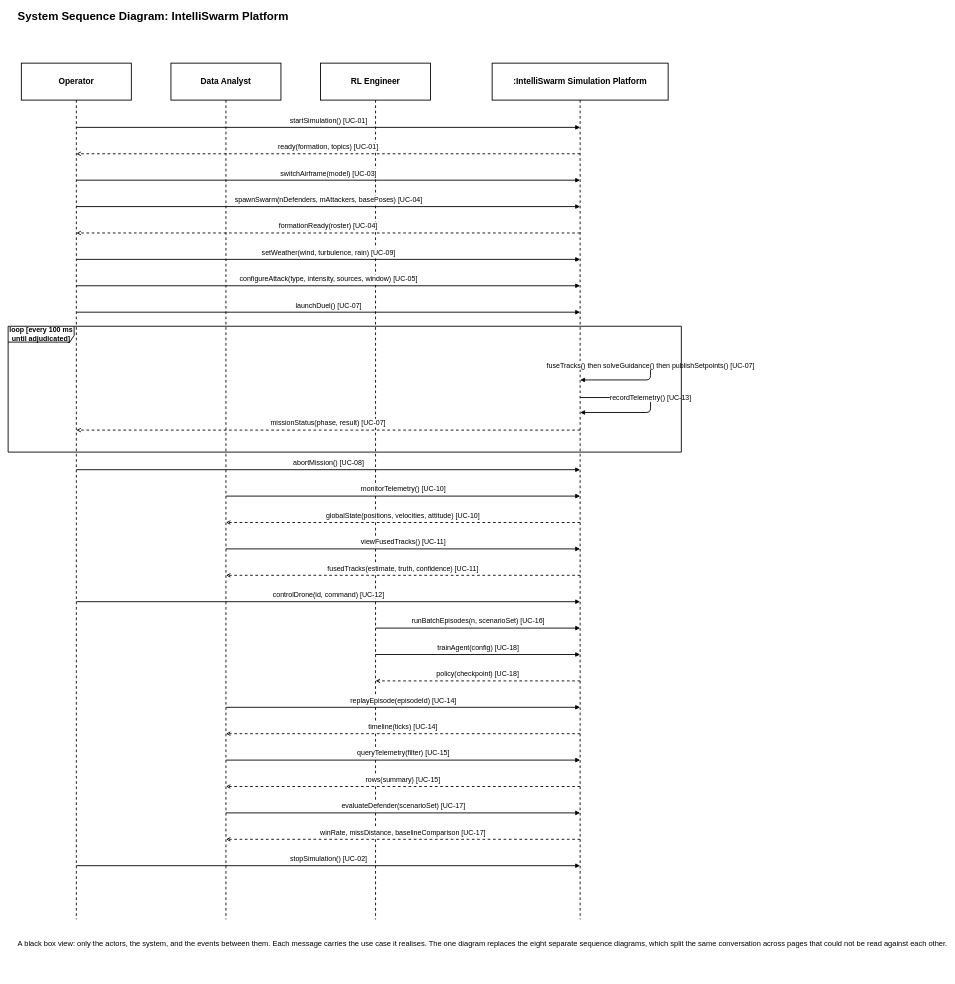
Above: page "System Sequence Diagram" (1 of 4) of 11_system_sequence_diagram.drawio in syedmohammad611/diagrams (draw.io), before the change. Source tidied: cells renumbered, new cells numbered last; positions are measured from the earlier drawing's top-left corner, leaving out a move shared by most shapes. Both pictures are drawn from the tidied source at 44%, with x=0, y=0 at pixel (8, 7).
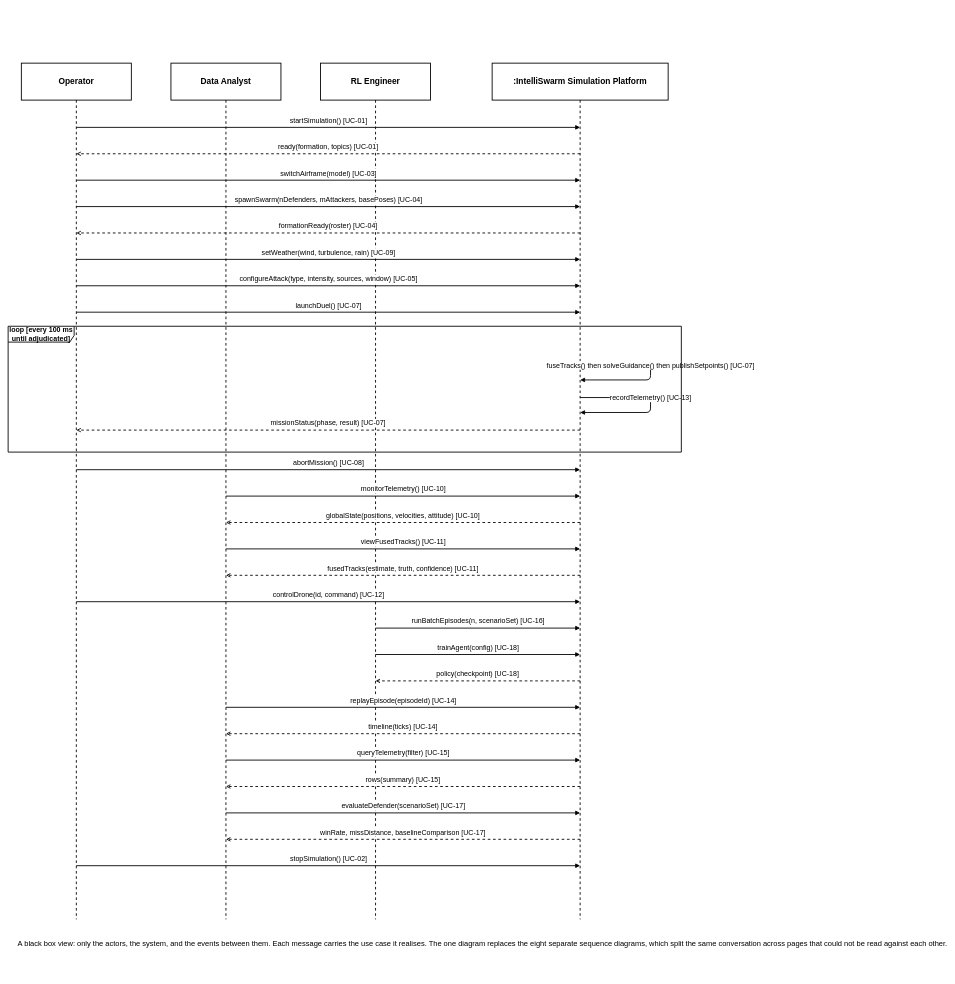
The same page after the edit.

Commit message (it also covers changes not shown here):
refactor: update sequence diagram layouts

What changed in the source:
```diff
@@
-    <mxCell id="2" value="System Sequence Diagram: IntelliSwarm Platform" style="text;html=1;strokeColor=none;fillColor=none;align=left;verticalAlign=middle;fontFamily=Helvetica;fontColor=#000000;fontSize=26;fontStyle=1;" parent="1" vertex="1">
-      <mxGeometry x="20" width="1200" height="40" as="geometry" />
-    </mxCell>
```
